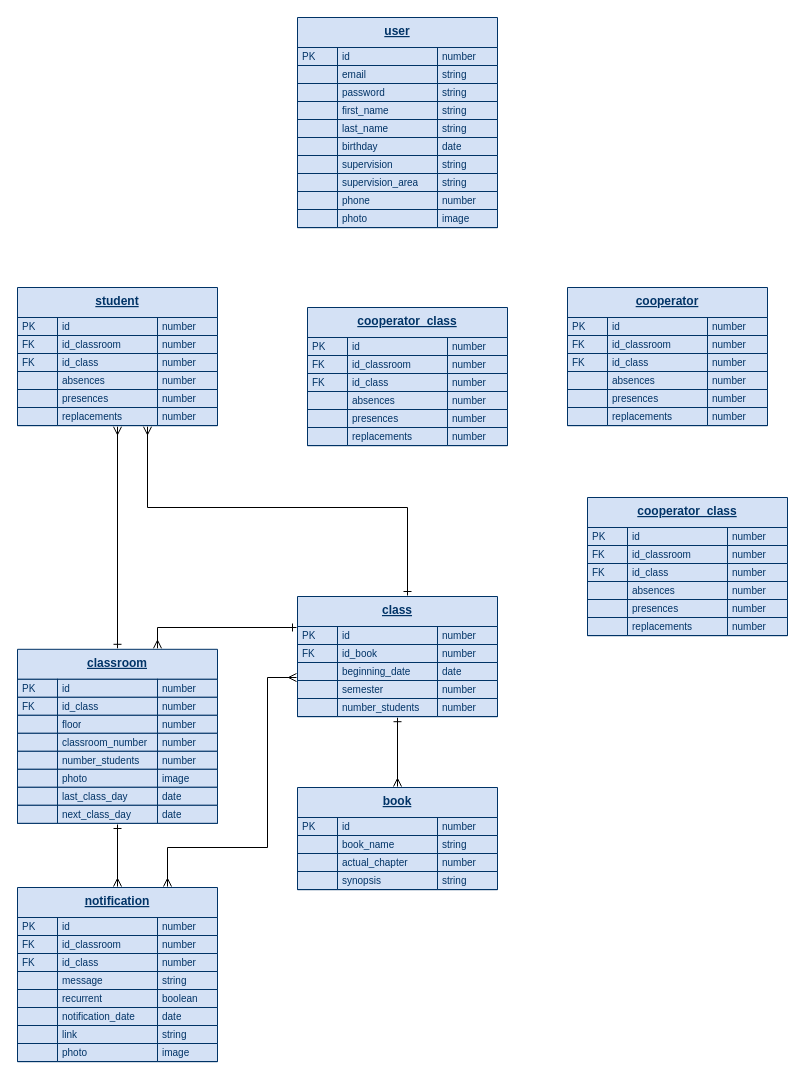
Above: ser_db.drawio in FreeSoulsDotBat/SER (draw.io), before the change. Source tidied: cells renumbered, new cells numbered last; positions are measured from the earlier drawing's top-left corner, leaving out a move shared by most shapes. Both pictures are drawn from the tidied source at 100%, with x=0, y=0 at pixel (17, 17).
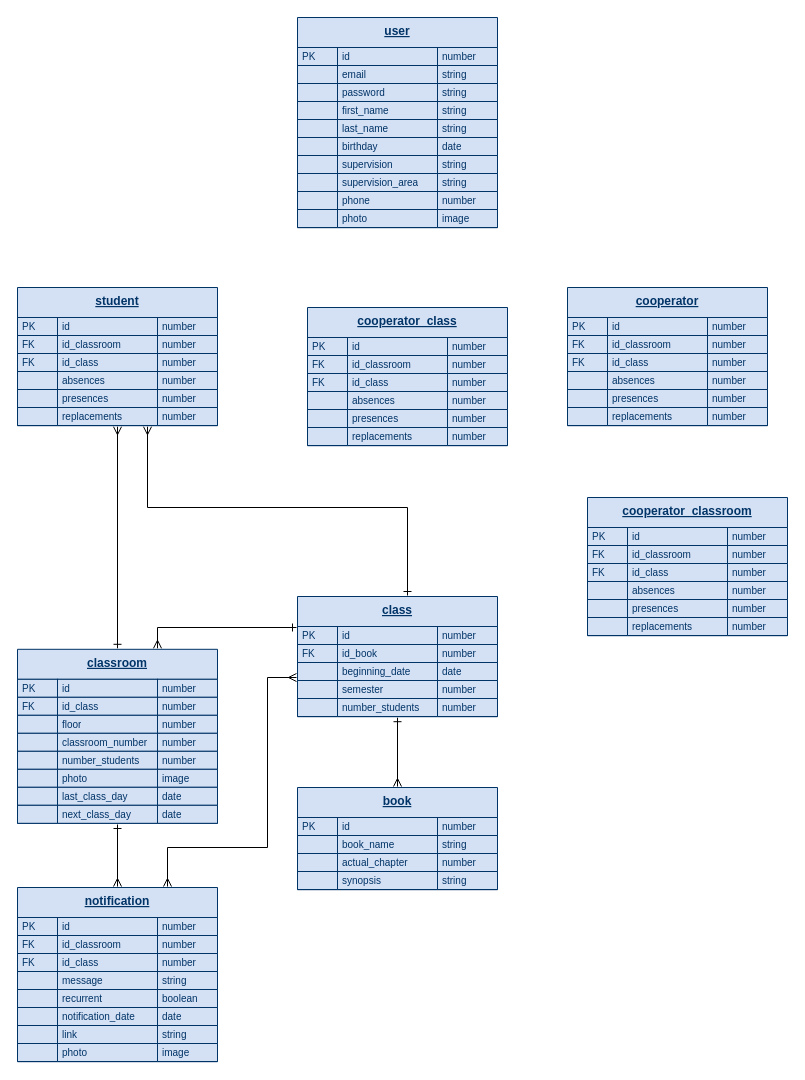
The same diagram, later.

Diff of the diagram source:
```diff
@@
-    <mxCell id="203" value="cooperator_class" style="shape=table;startSize=30;childLayout=tableLayout;fontStyle=5;align=center;fillColor=#D4E1F5;strokeColor=#003366;fontColor=#003366;verticalAlign=top;swimlaneLine=1;sketch=0;perimeterSpacing=1;" parent="1" vertex="1">
+    <mxCell id="203" value="cooperator_classroom" style="shape=table;startSize=30;childLayout=tableLayout;fontStyle=5;align=center;fillColor=#D4E1F5;strokeColor=#003366;fontColor=#003366;verticalAlign=top;swimlaneLine=1;sketch=0;perimeterSpacing=1;" parent="1" vertex="1">
       <mxGeometry x="570" y="480" width="200" height="138.2" as="geometry" />
     </mxCell>
```
